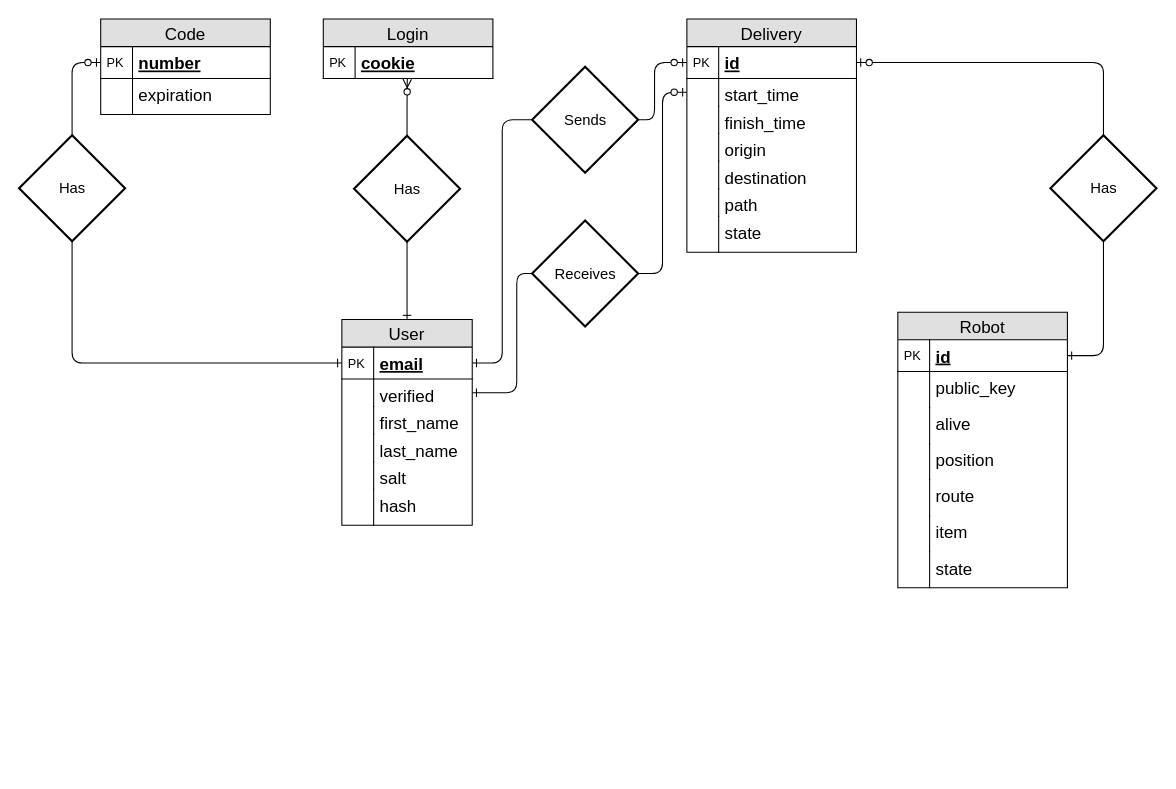
The draw.io diagram server/modeling/DB Model.drawio in developedby/DLVR, before the edit. Source tidied: cells renumbered, new cells numbered last; positions are measured from the earlier drawing's top-left corner, leaving out a move shared by most shapes. Both pictures are drawn from the tidied source at 106%, with x=0, y=0 at pixel (18, 18).
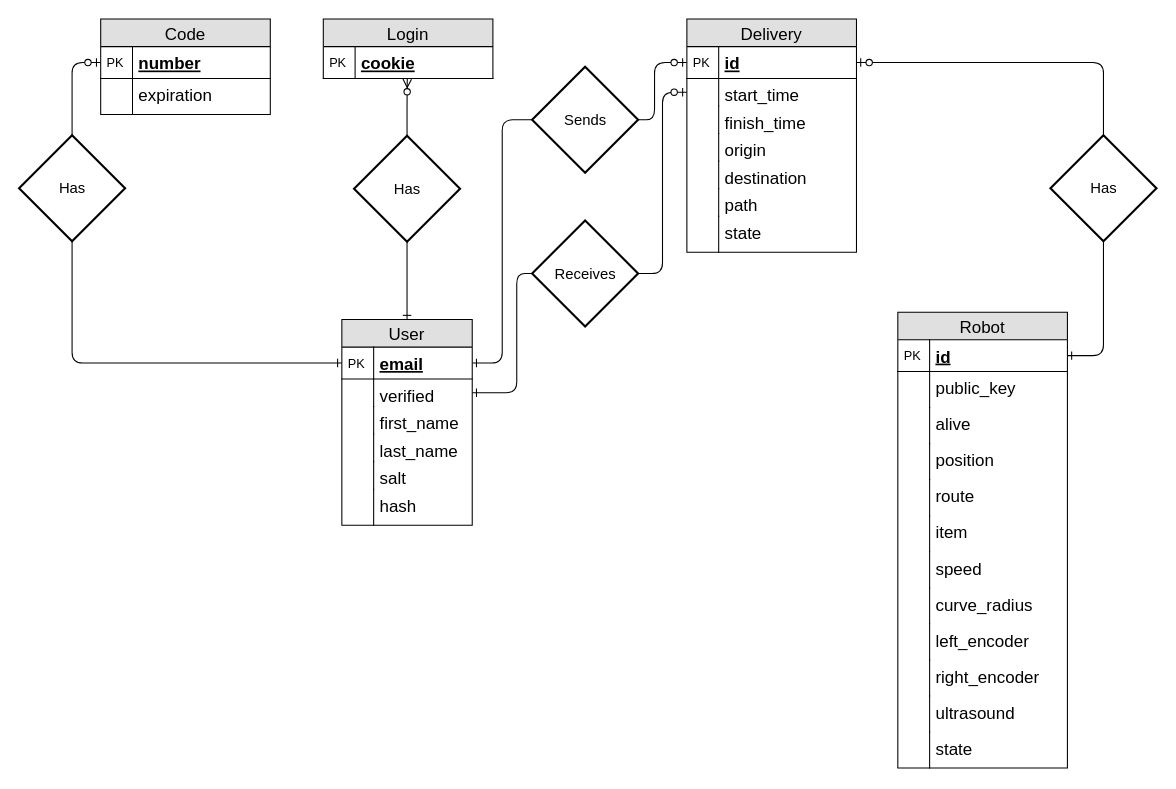
The same page after the edit.

Diff of the diagram source:
```diff
@@
     <mxCell id="27" value="Robot" style="swimlane;fontStyle=0;horizontal=1;startSize=26;fillColor=#e0e0e0;swimlaneFillColor=#ffffff;align=center;fontSize=16;" parent="1" vertex="1">
-      <mxGeometry x="829.5" y="277" width="160" height="260" as="geometry" />
+      <mxGeometry x="829.5" y="277" width="160" height="430" as="geometry" />
     </mxCell>
@@
+    <mxCell id="68" value="speed" style="shape=partialRectangle;top=0;left=0;right=0;bottom=0;align=left;verticalAlign=top;fillColor=none;spacingLeft=34;spacingRight=4;overflow=hidden;fontSize=16;" parent="27" vertex="1">
+      <mxGeometry y="226" width="160" height="34" as="geometry" />
+    </mxCell>
+    <mxCell id="69" style="shape=partialRectangle;top=0;left=0;bottom=0;fillColor=none;align=left;verticalAlign=top;spacingLeft=4;spacingRight=4;overflow=hidden;fontSize=12;" parent="68" vertex="1">
+      <mxGeometry width="30" height="34" as="geometry" />
+    </mxCell>
+    <mxCell id="70" value="curve_radius" style="shape=partialRectangle;top=0;left=0;right=0;bottom=0;align=left;verticalAlign=top;fillColor=none;spacingLeft=34;spacingRight=4;overflow=hidden;fontSize=16;" parent="27" vertex="1">
+      <mxGeometry y="260" width="160" height="34" as="geometry" />
+    </mxCell>
+    <mxCell id="71" style="shape=partialRectangle;top=0;left=0;bottom=0;fillColor=none;align=left;verticalAlign=top;spacingLeft=4;spacingRight=4;overflow=hidden;fontSize=12;" parent="70" vertex="1">
+      <mxGeometry width="30" height="34" as="geometry" />
+    </mxCell>
+    <mxCell id="72" value="left_encoder" style="shape=partialRectangle;top=0;left=0;right=0;bottom=0;align=left;verticalAlign=top;fillColor=none;spacingLeft=34;spacingRight=4;overflow=hidden;fontSize=16;" parent="27" vertex="1">
+      <mxGeometry y="294" width="160" height="34" as="geometry" />
+    </mxCell>
+    <mxCell id="73" style="shape=partialRectangle;top=0;left=0;bottom=0;fillColor=none;align=left;verticalAlign=top;spacingLeft=4;spacingRight=4;overflow=hidden;fontSize=12;" parent="72" vertex="1">
+      <mxGeometry width="30" height="34" as="geometry" />
+    </mxCell>
+    <mxCell id="74" value="right_encoder" style="shape=partialRectangle;top=0;left=0;right=0;bottom=0;align=left;verticalAlign=top;fillColor=none;spacingLeft=34;spacingRight=4;overflow=hidden;fontSize=16;" parent="27" vertex="1">
+      <mxGeometry y="328" width="160" height="34" as="geometry" />
+    </mxCell>
+    <mxCell id="75" style="shape=partialRectangle;top=0;left=0;bottom=0;fillColor=none;align=left;verticalAlign=top;spacingLeft=4;spacingRight=4;overflow=hidden;fontSize=12;" parent="74" vertex="1">
+      <mxGeometry width="30" height="34" as="geometry" />
+    </mxCell>
+    <mxCell id="76" value="ultrasound" style="shape=partialRectangle;top=0;left=0;right=0;bottom=0;align=left;verticalAlign=top;fillColor=none;spacingLeft=34;spacingRight=4;overflow=hidden;fontSize=16;" parent="27" vertex="1">
+      <mxGeometry y="362" width="160" height="34" as="geometry" />
+    </mxCell>
+    <mxCell id="77" style="shape=partialRectangle;top=0;left=0;bottom=0;fillColor=none;align=left;verticalAlign=top;spacingLeft=4;spacingRight=4;overflow=hidden;fontSize=12;" parent="76" vertex="1">
+      <mxGeometry width="30" height="34" as="geometry" />
+    </mxCell>
     <mxCell id="40" value="state" style="shape=partialRectangle;top=0;left=0;right=0;bottom=0;align=left;verticalAlign=top;fillColor=none;spacingLeft=34;spacingRight=4;overflow=hidden;fontSize=16;" parent="27" vertex="1">
-      <mxGeometry y="226" width="160" height="34" as="geometry" />
+      <mxGeometry y="396" width="160" height="34" as="geometry" />
     </mxCell>
```
